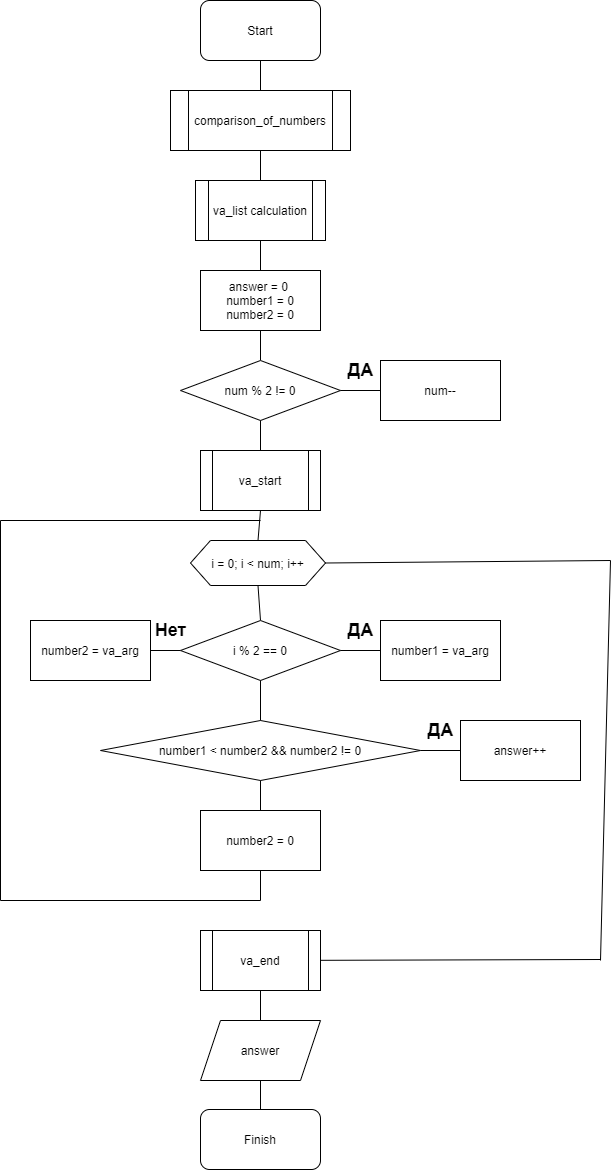
This is Laba7/doc/assets/Блок-схема.png from Rydi4/Laba_C, a draw.io export, as it was before one commit. Source tidied: cells renumbered, new cells last; positions are measured from the earlier drawing's top-left corner, leaving out a move shared by most shapes.
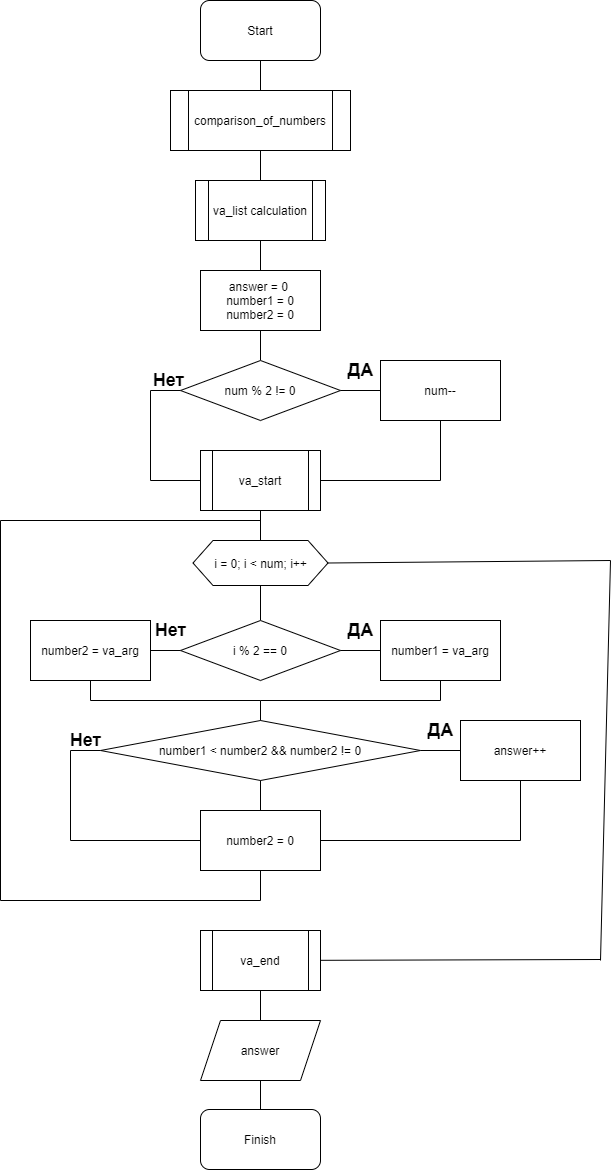
Later version of the same file.

What changed in the source:
```diff
@@ -37,8 +37,10 @@
     <mxCell id="12" value="num--" style="rounded=0;whiteSpace=wrap;html=1;" parent="1" vertex="1">
       <mxGeometry x="380" y="360" width="120" height="60" as="geometry" />
     </mxCell>
-    <mxCell id="13" style="endArrow=none;html=1;fontSize=12;entryX=0.5;entryY=1;entryDx=0;entryDy=0;exitX=0.5;exitY=0;exitDx=0;exitDy=0;" parent="1" edge="1" source="14" target="10">
-      <mxGeometry relative="1" as="geometry" />
+    <mxCell id="13" style="endArrow=none;html=1;fontSize=12;entryX=0;entryY=0.5;entryDx=0;entryDy=0;" parent="1" edge="1" target="10">
+      <mxGeometry relative="1" as="geometry">
+        <mxPoint x="150" y="390" as="sourcePoint" />
+      </mxGeometry>
     </mxCell>
     <mxCell id="14" value="va_start" style="shape=process;whiteSpace=wrap;html=1;backgroundOutline=1;rounded=0;sketch=0;fontSize=12;" parent="1" vertex="1">
       <mxGeometry x="200" y="450" width="120" height="60" as="geometry" />
@@ -47,7 +49,7 @@
       <mxGeometry relative="1" as="geometry" />
     </mxCell>
     <mxCell id="16" value="i = 0; i &amp;lt; num; i++" style="shape=hexagon;perimeter=hexagonPerimeter2;whiteSpace=wrap;html=1;fixedSize=1;rounded=0;sketch=0;fontSize=12;" parent="1" vertex="1">
-      <mxGeometry x="190" y="540" width="135" height="45" as="geometry" />
+      <mxGeometry x="192.5" y="540" width="135" height="45" as="geometry" />
     </mxCell>
     <mxCell id="17" style="endArrow=none;html=1;fontSize=12;entryX=0.5;entryY=1;entryDx=0;entryDy=0;exitX=0.5;exitY=0;exitDx=0;exitDy=0;" parent="1" edge="1" source="18" target="16">
       <mxGeometry relative="1" as="geometry" />
@@ -73,8 +75,10 @@
         <mxPoint y="520" as="targetPoint" />
       </mxGeometry>
     </mxCell>
-    <mxCell id="24" style="endArrow=none;html=1;fontSize=12;exitX=0.5;exitY=1;exitDx=0;exitDy=0;" parent="1" edge="1" source="18" target="25">
-      <mxGeometry relative="1" as="geometry" />
+    <mxCell id="24" style="endArrow=none;html=1;fontSize=12;" parent="1" edge="1" target="25">
+      <mxGeometry relative="1" as="geometry">
+        <mxPoint x="260" y="700" as="sourcePoint" />
+      </mxGeometry>
     </mxCell>
     <mxCell id="25" value="number1 &amp;lt; number2 &amp;amp;&amp;amp; number2 != 0" style="rhombus;whiteSpace=wrap;html=1;" parent="1" vertex="1">
       <mxGeometry x="100" y="720" width="320" height="60" as="geometry" />
@@ -151,5 +155,80 @@
         <mxPoint x="260" y="900" as="targetPoint" />
       </mxGeometry>
     </mxCell>
+    <mxCell id="45" style="endArrow=none;html=1;entryX=0;entryY=0.5;entryDx=0;entryDy=0;" parent="1" edge="1" target="14">
+      <mxGeometry relative="1" as="geometry">
+        <mxPoint x="150" y="480" as="sourcePoint" />
+      </mxGeometry>
+    </mxCell>
+    <mxCell id="46" style="endArrow=none;html=1;" parent="1" edge="1">
+      <mxGeometry relative="1" as="geometry">
+        <mxPoint x="150" y="480" as="sourcePoint" />
+        <mxPoint x="150" y="390" as="targetPoint" />
+      </mxGeometry>
+    </mxCell>
+    <mxCell id="47" style="endArrow=none;html=1;entryX=1;entryY=0.5;entryDx=0;entryDy=0;" parent="1" edge="1" target="14">
+      <mxGeometry relative="1" as="geometry">
+        <mxPoint x="440" y="480" as="sourcePoint" />
+      </mxGeometry>
+    </mxCell>
+    <mxCell id="48" style="endArrow=none;html=1;entryX=0.5;entryY=1;entryDx=0;entryDy=0;" parent="1" edge="1" target="12">
+      <mxGeometry relative="1" as="geometry">
+        <mxPoint x="440" y="480" as="sourcePoint" />
+      </mxGeometry>
+    </mxCell>
+    <mxCell id="49" value="&lt;b&gt;&lt;font style=&quot;font-size: 18px&quot;&gt;Нет&lt;/font&gt;&lt;/b&gt;" style="text;html=1;align=center;verticalAlign=middle;" parent="1" vertex="1">
+      <mxGeometry x="142.5" y="370" width="50" height="20" as="geometry" />
+    </mxCell>
+    <mxCell id="50" style="endArrow=none;html=1;" parent="1" edge="1">
+      <mxGeometry relative="1" as="geometry">
+        <mxPoint x="90" y="700" as="sourcePoint" />
+        <mxPoint x="260" y="700" as="targetPoint" />
+      </mxGeometry>
+    </mxCell>
+    <mxCell id="51" style="endArrow=none;html=1;exitX=0.5;exitY=1;exitDx=0;exitDy=0;" parent="1" edge="1" source="22">
+      <mxGeometry relative="1" as="geometry">
+        <mxPoint x="90" y="700" as="targetPoint" />
+      </mxGeometry>
+    </mxCell>
+    <mxCell id="52" style="endArrow=none;html=1;entryX=0.5;entryY=1;entryDx=0;entryDy=0;" parent="1" edge="1" target="20">
+      <mxGeometry relative="1" as="geometry">
+        <mxPoint x="440" y="700" as="sourcePoint" />
+      </mxGeometry>
+    </mxCell>
+    <mxCell id="53" style="endArrow=none;html=1;" parent="1" edge="1">
+      <mxGeometry relative="1" as="geometry">
+        <mxPoint x="260" y="700" as="sourcePoint" />
+        <mxPoint x="440" y="700" as="targetPoint" />
+      </mxGeometry>
+    </mxCell>
+    <mxCell id="54" style="endArrow=none;html=1;entryX=0;entryY=0.5;entryDx=0;entryDy=0;" parent="1" edge="1" target="25">
+      <mxGeometry relative="1" as="geometry">
+        <mxPoint x="70" y="750" as="sourcePoint" />
+      </mxGeometry>
+    </mxCell>
+    <mxCell id="55" style="endArrow=none;html=1;" parent="1" edge="1">
+      <mxGeometry relative="1" as="geometry">
+        <mxPoint x="70" y="840" as="sourcePoint" />
+        <mxPoint x="70" y="750" as="targetPoint" />
+      </mxGeometry>
+    </mxCell>
+    <mxCell id="56" style="endArrow=none;html=1;entryX=0;entryY=0.5;entryDx=0;entryDy=0;" parent="1" edge="1" target="29">
+      <mxGeometry relative="1" as="geometry">
+        <mxPoint x="70" y="840" as="sourcePoint" />
+      </mxGeometry>
+    </mxCell>
+    <mxCell id="57" style="endArrow=none;html=1;entryX=0.5;entryY=1;entryDx=0;entryDy=0;" parent="1" edge="1" target="27">
+      <mxGeometry relative="1" as="geometry">
+        <mxPoint x="520" y="840" as="sourcePoint" />
+      </mxGeometry>
+    </mxCell>
+    <mxCell id="58" style="endArrow=none;html=1;entryX=1;entryY=0.5;entryDx=0;entryDy=0;" parent="1" edge="1" target="29">
+      <mxGeometry relative="1" as="geometry">
+        <mxPoint x="520" y="840" as="sourcePoint" />
+      </mxGeometry>
+    </mxCell>
+    <mxCell id="59" value="&lt;font size=&quot;1&quot;&gt;&lt;b style=&quot;font-size: 18px&quot;&gt;Нет&lt;/b&gt;&lt;/font&gt;" style="text;html=1;align=center;verticalAlign=middle;fontSize=12;" parent="1" vertex="1">
+      <mxGeometry x="60" y="730" width="50" height="20" as="geometry" />
+    </mxCell>
   </root>
 </mxGraphModel>
```
